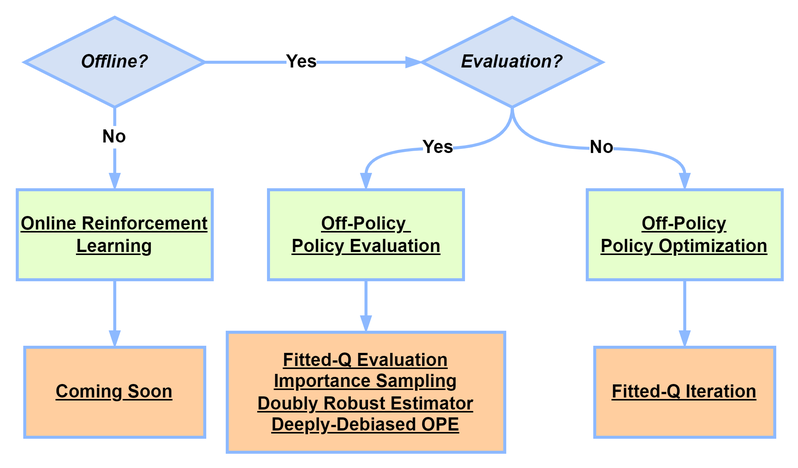
Above: Scenario3.png in CausalDM/Causal-Decision-Making (draw.io), before the change. Source tidied: cells renumbered, new cells last; positions are measured from the earlier drawing's top-left corner, leaving out a move shared by most shapes. Source of this version:
```xml
<mxGraphModel>
  <root>
    <mxCell id="0" />
    <mxCell id="1" parent="0" />
    <mxCell id="2" style="edgeStyle=orthogonalEdgeStyle;jettySize=auto;html=1;exitX=0.5;exitY=1;exitDx=0;exitDy=0;entryX=0.5;entryY=0;entryDx=0;entryDy=0;fontSize=14;curved=1;" parent="1" edge="1" source="3" target="9">
      <mxGeometry relative="1" as="geometry" />
    </mxCell>
    <mxCell id="3" value="&lt;font color=&quot;#000000&quot;&gt;&lt;b&gt;&lt;u&gt;Off-Policy &lt;br&gt;Policy&amp;nbsp;Evaluation&lt;/u&gt;&lt;/b&gt;&lt;/font&gt;" style="rounded=0;whiteSpace=wrap;html=1;gradientColor=none;glass=0;shadow=0;comic=0;fillColor=#E6FFCC;" parent="1" vertex="1">
      <mxGeometry x="167.5" y="115" width="130" height="60" as="geometry" />
    </mxCell>
    <mxCell id="4" style="edgeStyle=orthogonalEdgeStyle;jettySize=auto;html=1;exitX=0.5;exitY=1;exitDx=0;exitDy=0;entryX=0.5;entryY=0;entryDx=0;entryDy=0;fontSize=14;curved=1;" parent="1" edge="1" source="5" target="6">
      <mxGeometry relative="1" as="geometry" />
    </mxCell>
    <mxCell id="5" value="&lt;b style=&quot;color: rgb(0 , 0 , 0)&quot;&gt;&lt;u&gt;Off-Policy&lt;br&gt;Policy Optimization&lt;/u&gt;&lt;/b&gt;" style="rounded=0;whiteSpace=wrap;html=1;gradientColor=none;glass=0;shadow=0;comic=0;fillColor=#E6FFCC;" parent="1" vertex="1">
      <mxGeometry x="380" y="115" width="130" height="60" as="geometry" />
    </mxCell>
    <mxCell id="6" value="&lt;u&gt;&lt;font color=&quot;#000000&quot;&gt;&lt;b&gt;Fitted-Q Iteration&lt;/b&gt;&lt;/font&gt;&lt;/u&gt;&lt;u&gt;&lt;br&gt;&lt;/u&gt;" style="rounded=0;whiteSpace=wrap;html=1;gradientColor=none;glass=0;shadow=0;comic=0;fillColor=#FFCE9F;" parent="1" vertex="1">
      <mxGeometry x="385" y="220" width="120" height="60" as="geometry" />
    </mxCell>
    <mxCell id="7" style="edgeStyle=orthogonalEdgeStyle;jettySize=auto;html=1;exitX=0.5;exitY=1;exitDx=0;exitDy=0;entryX=0.5;entryY=0;entryDx=0;entryDy=0;fontSize=14;curved=1;" parent="1" edge="1" source="10" target="3">
      <mxGeometry relative="1" as="geometry" />
    </mxCell>
    <mxCell id="8" style="edgeStyle=orthogonalEdgeStyle;jettySize=auto;html=1;exitX=0.5;exitY=1;exitDx=0;exitDy=0;fontSize=14;curved=1;" parent="1" edge="1" source="10" target="5">
      <mxGeometry relative="1" as="geometry" />
    </mxCell>
    <mxCell id="9" value="&lt;u&gt;&lt;font color=&quot;#000000&quot;&gt;&lt;b&gt;Fitted-Q&amp;nbsp;Evaluation&lt;br&gt;&lt;/b&gt;&lt;/font&gt;&lt;/u&gt;&lt;u&gt;&lt;font color=&quot;#000000&quot;&gt;&lt;b&gt;Importance Sampling&lt;br&gt;&lt;/b&gt;&lt;/font&gt;&lt;/u&gt;&lt;u&gt;&lt;font color=&quot;#000000&quot;&gt;&lt;b&gt;Doubly Robust Estimator&lt;br&gt;&lt;/b&gt;&lt;/font&gt;&lt;/u&gt;&lt;u&gt;&lt;font color=&quot;#000000&quot;&gt;&lt;b&gt;Deeply-Debiased OPE&lt;/b&gt;&lt;/font&gt;&lt;/u&gt;&lt;u&gt;&lt;br&gt;&lt;/u&gt;" style="rounded=0;whiteSpace=wrap;html=1;gradientColor=none;glass=0;shadow=0;comic=0;fillColor=#FFCE9F;" parent="1" vertex="1">
      <mxGeometry x="140" y="210" width="185" height="80" as="geometry" />
    </mxCell>
    <mxCell id="10" value="&lt;font color=&quot;#000000&quot;&gt;&lt;b&gt;&lt;i&gt;Evaluation?&lt;/i&gt;&lt;/b&gt;&lt;/font&gt;" style="rhombus;whiteSpace=wrap;html=1;fillColor=#D4E1F5;shadow=0;comic=0;" parent="1" vertex="1">
      <mxGeometry x="270" width="120" height="60" as="geometry" />
    </mxCell>
    <mxCell id="11" value="&lt;b&gt;Yes&lt;/b&gt;" style="text;html=1;strokeColor=none;fillColor=none;align=center;verticalAlign=middle;whiteSpace=wrap;rounded=0;labelBackgroundColor=#ffffff;fontColor=#000000;fontStyle=0;fontSize=12;" parent="1" vertex="1">
      <mxGeometry x="261" y="77" width="40" height="20" as="geometry" />
    </mxCell>
    <mxCell id="12" value="&lt;b&gt;No&lt;/b&gt;" style="text;html=1;strokeColor=none;fillColor=none;align=center;verticalAlign=middle;whiteSpace=wrap;rounded=0;labelBackgroundColor=#ffffff;fontColor=#000000;fontStyle=0;fontSize=12;" parent="1" vertex="1">
      <mxGeometry x="370" y="77" width="40" height="20" as="geometry" />
    </mxCell>
    <mxCell id="13" style="edgeStyle=orthogonalEdgeStyle;rounded=0;jettySize=auto;html=1;exitX=0.5;exitY=1;exitDx=0;exitDy=0;entryX=0.5;entryY=0;entryDx=0;entryDy=0;" parent="1" edge="1" source="15" target="17">
      <mxGeometry relative="1" as="geometry" />
    </mxCell>
    <mxCell id="14" style="edgeStyle=orthogonalEdgeStyle;rounded=0;jettySize=auto;html=1;exitX=1;exitY=0.5;exitDx=0;exitDy=0;entryX=0;entryY=0.5;entryDx=0;entryDy=0;" parent="1" edge="1" source="15" target="10">
      <mxGeometry relative="1" as="geometry" />
    </mxCell>
    <mxCell id="15" value="&lt;font color=&quot;#000000&quot;&gt;&lt;b&gt;&lt;i&gt;Offline?&lt;/i&gt;&lt;/b&gt;&lt;/font&gt;" style="rhombus;whiteSpace=wrap;html=1;fillColor=#D4E1F5;shadow=0;comic=0;" parent="1" vertex="1">
      <mxGeometry x="5" width="120" height="60" as="geometry" />
    </mxCell>
    <mxCell id="16" style="edgeStyle=orthogonalEdgeStyle;rounded=0;jettySize=auto;html=1;" parent="1" edge="1" source="17" target="18">
      <mxGeometry relative="1" as="geometry" />
    </mxCell>
    <mxCell id="17" value="&lt;font color=&quot;#000000&quot;&gt;&lt;b&gt;&lt;u&gt;Online Reinforcement Learning&lt;/u&gt;&lt;/b&gt;&lt;/font&gt;" style="rounded=0;whiteSpace=wrap;html=1;gradientColor=none;glass=0;shadow=0;comic=0;fillColor=#E6FFCC;" parent="1" vertex="1">
      <mxGeometry y="115" width="130" height="60" as="geometry" />
    </mxCell>
    <mxCell id="18" value="&lt;u&gt;&lt;font color=&quot;#000000&quot;&gt;&lt;b&gt;Coming Soon&lt;/b&gt;&lt;/font&gt;&lt;/u&gt;&lt;u&gt;&lt;br&gt;&lt;/u&gt;" style="rounded=0;whiteSpace=wrap;html=1;gradientColor=none;glass=0;shadow=0;comic=0;fillColor=#FFCE9F;" parent="1" vertex="1">
      <mxGeometry x="5" y="220" width="120" height="60" as="geometry" />
    </mxCell>
    <mxCell id="19" value="&lt;b&gt;Yes&lt;/b&gt;" style="text;html=1;strokeColor=none;fillColor=none;align=center;verticalAlign=middle;whiteSpace=wrap;rounded=0;labelBackgroundColor=#ffffff;fontColor=#000000;fontStyle=0;fontSize=12;" parent="1" vertex="1">
      <mxGeometry x="170" y="20" width="40" height="20" as="geometry" />
    </mxCell>
    <mxCell id="20" value="&lt;b&gt;No&lt;/b&gt;" style="text;html=1;strokeColor=none;fillColor=none;align=center;verticalAlign=middle;whiteSpace=wrap;rounded=0;labelBackgroundColor=#ffffff;fontColor=#000000;fontStyle=0;fontSize=12;" parent="1" vertex="1">
      <mxGeometry x="45" y="70" width="40" height="20" as="geometry" />
    </mxCell>
  </root>
</mxGraphModel>
```
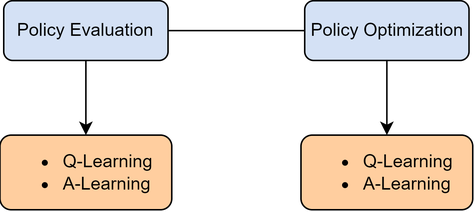
The same diagram one commit later.

What changed in the source:
```diff
@@ -2,62 +2,26 @@
   <root>
     <mxCell id="0" />
     <mxCell id="1" parent="0" />
-    <mxCell id="2" style="edgeStyle=orthogonalEdgeStyle;jettySize=auto;html=1;exitX=0.5;exitY=1;exitDx=0;exitDy=0;entryX=0.5;entryY=0;entryDx=0;entryDy=0;fontSize=14;curved=1;" parent="1" edge="1" source="3" target="9">
+    <mxCell id="2" style="edgeStyle=none;rounded=0;jettySize=auto;html=1;" parent="1" edge="1" source="3" target="4">
       <mxGeometry relative="1" as="geometry" />
     </mxCell>
-    <mxCell id="3" value="&lt;font color=&quot;#000000&quot;&gt;&lt;b&gt;&lt;u&gt;Off-Policy &lt;br&gt;Policy&amp;nbsp;Evaluation&lt;/u&gt;&lt;/b&gt;&lt;/font&gt;" style="rounded=0;whiteSpace=wrap;html=1;gradientColor=none;glass=0;shadow=0;comic=0;fillColor=#E6FFCC;" parent="1" vertex="1">
-      <mxGeometry x="167.5" y="115" width="130" height="60" as="geometry" />
+    <mxCell id="3" value="Policy Evaluation" style="rounded=1;whiteSpace=wrap;html=1;fillColor=#D4E1F5;" parent="1" vertex="1">
+      <mxGeometry x="167.5" y="115" width="110" height="40" as="geometry" />
     </mxCell>
-    <mxCell id="4" style="edgeStyle=orthogonalEdgeStyle;jettySize=auto;html=1;exitX=0.5;exitY=1;exitDx=0;exitDy=0;entryX=0.5;entryY=0;entryDx=0;entryDy=0;fontSize=14;curved=1;" parent="1" edge="1" source="5" target="6">
-      <mxGeometry relative="1" as="geometry" />
+    <mxCell id="4" value="&lt;ul&gt;&lt;li&gt;Q-Learning&lt;/li&gt;&lt;li&gt;A-Learning&lt;/li&gt;&lt;/ul&gt;" style="rounded=1;whiteSpace=wrap;html=1;fillColor=#FFCE9F;align=left;" parent="1" vertex="1">
+      <mxGeometry x="165" y="205" width="115" height="50" as="geometry" />
     </mxCell>
-    <mxCell id="5" value="&lt;b style=&quot;color: rgb(0 , 0 , 0)&quot;&gt;&lt;u&gt;Off-Policy&lt;br&gt;Policy Optimization&lt;/u&gt;&lt;/b&gt;" style="rounded=0;whiteSpace=wrap;html=1;gradientColor=none;glass=0;shadow=0;comic=0;fillColor=#E6FFCC;" parent="1" vertex="1">
-      <mxGeometry x="380" y="115" width="130" height="60" as="geometry" />
+    <mxCell id="5" style="endArrow=none;html=1;rounded=0;entryX=0;entryY=0.5;entryDx=0;entryDy=0;exitX=1;exitY=0.5;exitDx=0;exitDy=0;" parent="1" edge="1" source="3" target="7">
+      <mxGeometry relative="1" as="geometry" />
     </mxCell>
-    <mxCell id="6" value="&lt;u&gt;&lt;font color=&quot;#000000&quot;&gt;&lt;b&gt;Fitted-Q Iteration&lt;/b&gt;&lt;/font&gt;&lt;/u&gt;&lt;u&gt;&lt;br&gt;&lt;/u&gt;" style="rounded=0;whiteSpace=wrap;html=1;gradientColor=none;glass=0;shadow=0;comic=0;fillColor=#FFCE9F;" parent="1" vertex="1">
-      <mxGeometry x="385" y="220" width="120" height="60" as="geometry" />
+    <mxCell id="6" style="edgeStyle=none;rounded=0;jettySize=auto;html=1;" parent="1" edge="1" source="7" target="8">
+      <mxGeometry relative="1" as="geometry" />
     </mxCell>
-    <mxCell id="7" style="edgeStyle=orthogonalEdgeStyle;jettySize=auto;html=1;exitX=0.5;exitY=1;exitDx=0;exitDy=0;entryX=0.5;entryY=0;entryDx=0;entryDy=0;fontSize=14;curved=1;" parent="1" edge="1" source="10" target="3">
-      <mxGeometry relative="1" as="geometry" />
+    <mxCell id="7" value="Policy Optimization" style="rounded=1;whiteSpace=wrap;html=1;fillColor=#D4E1F5;" parent="1" vertex="1">
+      <mxGeometry x="369" y="115" width="110" height="40" as="geometry" />
     </mxCell>
-    <mxCell id="8" style="edgeStyle=orthogonalEdgeStyle;jettySize=auto;html=1;exitX=0.5;exitY=1;exitDx=0;exitDy=0;fontSize=14;curved=1;" parent="1" edge="1" source="10" target="5">
-      <mxGeometry relative="1" as="geometry" />
+    <mxCell id="8" value="&lt;ul&gt;&lt;li&gt;Q-Learning&lt;/li&gt;&lt;li&gt;A-Learning&lt;/li&gt;&lt;/ul&gt;" style="rounded=1;whiteSpace=wrap;html=1;fillColor=#FFCE9F;align=left;" parent="1" vertex="1">
+      <mxGeometry x="366.5" y="205" width="115" height="50" as="geometry" />
     </mxCell>
-    <mxCell id="9" value="&lt;u&gt;&lt;font color=&quot;#000000&quot;&gt;&lt;b&gt;Fitted-Q&amp;nbsp;Evaluation&lt;br&gt;&lt;/b&gt;&lt;/font&gt;&lt;/u&gt;&lt;u&gt;&lt;font color=&quot;#000000&quot;&gt;&lt;b&gt;Importance Sampling&lt;br&gt;&lt;/b&gt;&lt;/font&gt;&lt;/u&gt;&lt;u&gt;&lt;font color=&quot;#000000&quot;&gt;&lt;b&gt;Doubly Robust Estimator&lt;br&gt;&lt;/b&gt;&lt;/font&gt;&lt;/u&gt;&lt;u&gt;&lt;font color=&quot;#000000&quot;&gt;&lt;b&gt;Deeply-Debiased OPE&lt;/b&gt;&lt;/font&gt;&lt;/u&gt;&lt;u&gt;&lt;br&gt;&lt;/u&gt;" style="rounded=0;whiteSpace=wrap;html=1;gradientColor=none;glass=0;shadow=0;comic=0;fillColor=#FFCE9F;" parent="1" vertex="1">
-      <mxGeometry x="140" y="210" width="185" height="80" as="geometry" />
-    </mxCell>
-    <mxCell id="10" value="&lt;font color=&quot;#000000&quot;&gt;&lt;b&gt;&lt;i&gt;Evaluation?&lt;/i&gt;&lt;/b&gt;&lt;/font&gt;" style="rhombus;whiteSpace=wrap;html=1;fillColor=#D4E1F5;shadow=0;comic=0;" parent="1" vertex="1">
-      <mxGeometry x="270" width="120" height="60" as="geometry" />
-    </mxCell>
-    <mxCell id="11" value="&lt;b&gt;Yes&lt;/b&gt;" style="text;html=1;strokeColor=none;fillColor=none;align=center;verticalAlign=middle;whiteSpace=wrap;rounded=0;labelBackgroundColor=#ffffff;fontColor=#000000;fontStyle=0;fontSize=12;" parent="1" vertex="1">
-      <mxGeometry x="261" y="77" width="40" height="20" as="geometry" />
-    </mxCell>
-    <mxCell id="12" value="&lt;b&gt;No&lt;/b&gt;" style="text;html=1;strokeColor=none;fillColor=none;align=center;verticalAlign=middle;whiteSpace=wrap;rounded=0;labelBackgroundColor=#ffffff;fontColor=#000000;fontStyle=0;fontSize=12;" parent="1" vertex="1">
-      <mxGeometry x="370" y="77" width="40" height="20" as="geometry" />
-    </mxCell>
-    <mxCell id="13" style="edgeStyle=orthogonalEdgeStyle;rounded=0;jettySize=auto;html=1;exitX=0.5;exitY=1;exitDx=0;exitDy=0;entryX=0.5;entryY=0;entryDx=0;entryDy=0;" parent="1" edge="1" source="15" target="17">
-      <mxGeometry relative="1" as="geometry" />
-    </mxCell>
-    <mxCell id="14" style="edgeStyle=orthogonalEdgeStyle;rounded=0;jettySize=auto;html=1;exitX=1;exitY=0.5;exitDx=0;exitDy=0;entryX=0;entryY=0.5;entryDx=0;entryDy=0;" parent="1" edge="1" source="15" target="10">
-      <mxGeometry relative="1" as="geometry" />
-    </mxCell>
-    <mxCell id="15" value="&lt;font color=&quot;#000000&quot;&gt;&lt;b&gt;&lt;i&gt;Offline?&lt;/i&gt;&lt;/b&gt;&lt;/font&gt;" style="rhombus;whiteSpace=wrap;html=1;fillColor=#D4E1F5;shadow=0;comic=0;" parent="1" vertex="1">
-      <mxGeometry x="5" width="120" height="60" as="geometry" />
-    </mxCell>
-    <mxCell id="16" style="edgeStyle=orthogonalEdgeStyle;rounded=0;jettySize=auto;html=1;" parent="1" edge="1" source="17" target="18">
-      <mxGeometry relative="1" as="geometry" />
-    </mxCell>
-    <mxCell id="17" value="&lt;font color=&quot;#000000&quot;&gt;&lt;b&gt;&lt;u&gt;Online Reinforcement Learning&lt;/u&gt;&lt;/b&gt;&lt;/font&gt;" style="rounded=0;whiteSpace=wrap;html=1;gradientColor=none;glass=0;shadow=0;comic=0;fillColor=#E6FFCC;" parent="1" vertex="1">
-      <mxGeometry y="115" width="130" height="60" as="geometry" />
-    </mxCell>
-    <mxCell id="18" value="&lt;u&gt;&lt;font color=&quot;#000000&quot;&gt;&lt;b&gt;Coming Soon&lt;/b&gt;&lt;/font&gt;&lt;/u&gt;&lt;u&gt;&lt;br&gt;&lt;/u&gt;" style="rounded=0;whiteSpace=wrap;html=1;gradientColor=none;glass=0;shadow=0;comic=0;fillColor=#FFCE9F;" parent="1" vertex="1">
-      <mxGeometry x="5" y="220" width="120" height="60" as="geometry" />
-    </mxCell>
-    <mxCell id="19" value="&lt;b&gt;Yes&lt;/b&gt;" style="text;html=1;strokeColor=none;fillColor=none;align=center;verticalAlign=middle;whiteSpace=wrap;rounded=0;labelBackgroundColor=#ffffff;fontColor=#000000;fontStyle=0;fontSize=12;" parent="1" vertex="1">
-      <mxGeometry x="170" y="20" width="40" height="20" as="geometry" />
-    </mxCell>
-    <mxCell id="20" value="&lt;b&gt;No&lt;/b&gt;" style="text;html=1;strokeColor=none;fillColor=none;align=center;verticalAlign=middle;whiteSpace=wrap;rounded=0;labelBackgroundColor=#ffffff;fontColor=#000000;fontStyle=0;fontSize=12;" parent="1" vertex="1">
-      <mxGeometry x="45" y="70" width="40" height="20" as="geometry" />
-    </mxCell>
   </root>
 </mxGraphModel>
```
